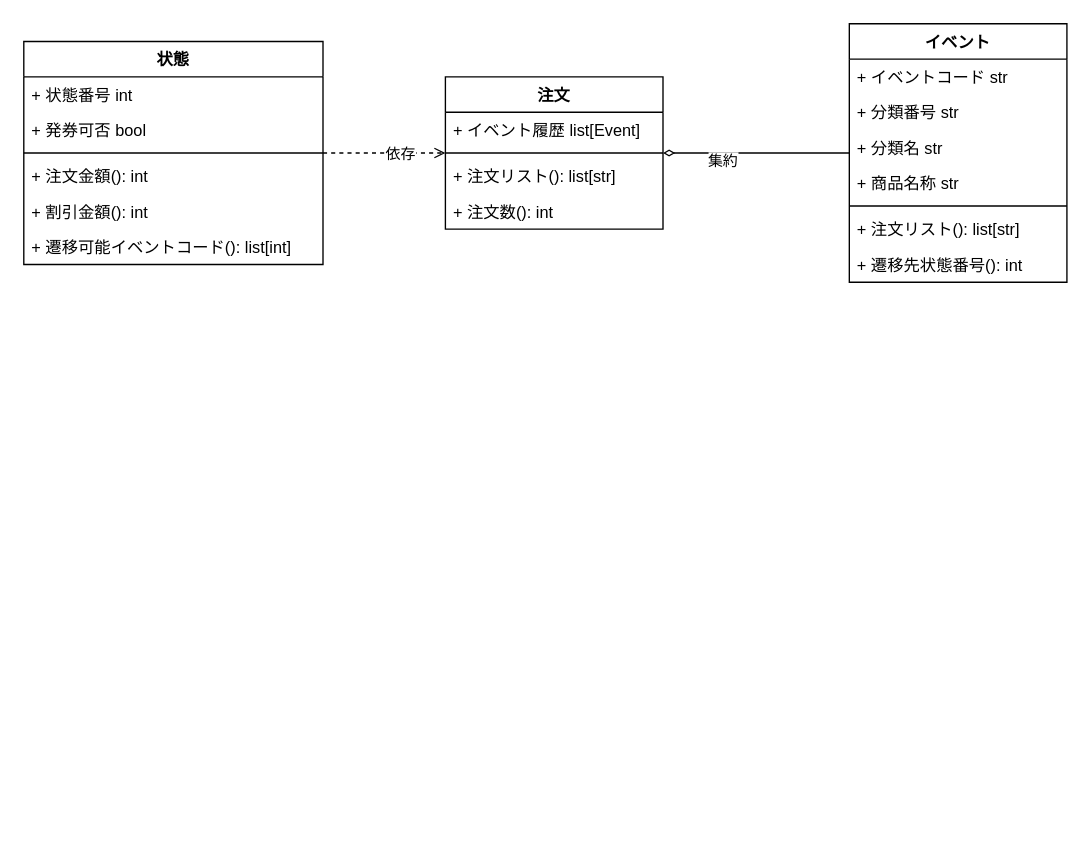
Before: AP_H31_Spring_PM03/fujita/doc/クラス図.drawio in Design-Practice-Team/design, a draw.io diagram. Source tidied: cells renumbered, new cells numbered last; positions are measured from the earlier drawing's top-left corner, leaving out a move shared by most shapes. Both pictures are drawn from the tidied source at 136%, with x=0, y=0 at pixel (23, 23).
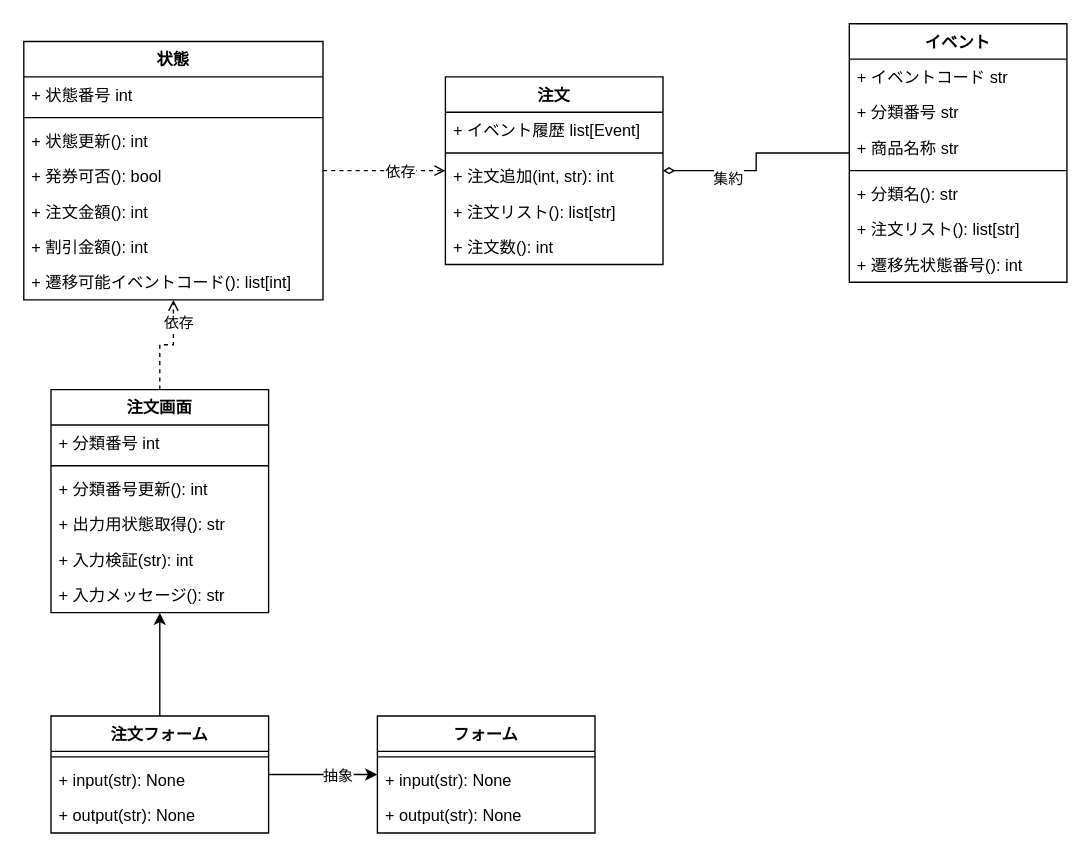
The same diagram, later.

Commit message:
doc クラス図を修正

Unchanged cells that the change refers to:
```xml
<mxCell id="18" value="イベント" style="swimlane;fontStyle=1;align=center;verticalAlign=top;horizontal=1;startSize=26;" parent="1" vertex="1">
  <mxGeometry x="607" width="160" height="190" as="geometry" />
</mxCell>
```

Change to the diagram source:
```diff
@@
     <mxCell id="4" value="状態" style="swimlane;fontStyle=1;align=center;verticalAlign=top;horizontal=1;startSize=26;" parent="1" vertex="1">
-      <mxGeometry y="13" width="220" height="164" as="geometry" />
+      <mxGeometry y="13" width="220" height="190" as="geometry" />
     </mxCell>
@@
-    <mxCell id="6" value="+ 発券可否 bool" style="text;strokeColor=none;fillColor=none;align=left;verticalAlign=top;spacingLeft=4;spacingRight=4;overflow=hidden;" parent="4" vertex="1">
-      <mxGeometry y="52" width="220" height="26" as="geometry" />
-    </mxCell>
     <mxCell id="7" style="line;strokeWidth=1;fillColor=none;align=left;verticalAlign=middle;spacingTop=-1;spacingLeft=3;spacingRight=3;labelPosition=right;" parent="4" vertex="1">
-      <mxGeometry y="78" width="220" height="8" as="geometry" />
+      <mxGeometry y="52" width="220" height="8" as="geometry" />
     </mxCell>
+    <mxCell id="26" value="+ 状態更新(): int" style="text;strokeColor=none;fillColor=none;align=left;verticalAlign=top;spacingLeft=4;spacingRight=4;overflow=hidden;" parent="4" vertex="1">
+      <mxGeometry y="60" width="220" height="26" as="geometry" />
+    </mxCell>
+    <mxCell id="27" value="+ 発券可否(): bool" style="text;strokeColor=none;fillColor=none;align=left;verticalAlign=top;spacingLeft=4;spacingRight=4;overflow=hidden;" parent="4" vertex="1">
+      <mxGeometry y="86" width="220" height="26" as="geometry" />
+    </mxCell>
     <mxCell id="8" value="+ 注文金額(): int" style="text;strokeColor=none;fillColor=none;align=left;verticalAlign=top;spacingLeft=4;spacingRight=4;overflow=hidden;" parent="4" vertex="1">
-      <mxGeometry y="86" width="220" height="26" as="geometry" />
+      <mxGeometry y="112" width="220" height="26" as="geometry" />
     </mxCell>
     <mxCell id="9" value="+ 割引金額(): int" style="text;strokeColor=none;fillColor=none;align=left;verticalAlign=top;spacingLeft=4;spacingRight=4;overflow=hidden;" parent="4" vertex="1">
-      <mxGeometry y="112" width="220" height="26" as="geometry" />
+      <mxGeometry y="138" width="220" height="26" as="geometry" />
     </mxCell>
     <mxCell id="10" value="+ 遷移可能イベントコード(): list[int]" style="text;strokeColor=none;fillColor=none;align=left;verticalAlign=top;spacingLeft=4;spacingRight=4;overflow=hidden;" parent="4" vertex="1">
-      <mxGeometry y="138" width="220" height="26" as="geometry" />
+      <mxGeometry y="164" width="220" height="26" as="geometry" />
     </mxCell>
     <mxCell id="11" value="注文" style="swimlane;fontStyle=1;align=center;verticalAlign=top;horizontal=1;startSize=26;" parent="1" vertex="1">
-      <mxGeometry x="310" y="39" width="160" height="112" as="geometry" />
+      <mxGeometry x="310" y="39" width="160" height="138" as="geometry" />
     </mxCell>
@@
+    <mxCell id="28" value="+ 注文追加(int, str): int" style="text;strokeColor=none;fillColor=none;align=left;verticalAlign=top;spacingLeft=4;spacingRight=4;overflow=hidden;" parent="11" vertex="1">
+      <mxGeometry y="60" width="160" height="26" as="geometry" />
+    </mxCell>
     <mxCell id="14" value="+ 注文リスト(): list[str]" style="text;strokeColor=none;fillColor=none;align=left;verticalAlign=top;spacingLeft=4;spacingRight=4;overflow=hidden;" parent="11" vertex="1">
-      <mxGeometry y="60" width="160" height="26" as="geometry" />
+      <mxGeometry y="86" width="160" height="26" as="geometry" />
     </mxCell>
     <mxCell id="15" value="+ 注文数(): int" style="text;strokeColor=none;fillColor=none;align=left;verticalAlign=top;spacingLeft=4;spacingRight=4;overflow=hidden;" parent="11" vertex="1">
-      <mxGeometry y="86" width="160" height="26" as="geometry" />
+      <mxGeometry y="112" width="160" height="26" as="geometry" />
     </mxCell>
@@
-    <mxCell id="21" value="+ 分類名 str" style="text;strokeColor=none;fillColor=none;align=left;verticalAlign=top;spacingLeft=4;spacingRight=4;overflow=hidden;" parent="18" vertex="1">
-      <mxGeometry y="78" width="160" height="26" as="geometry" />
-    </mxCell>
     <mxCell id="22" value="+ 商品名称 str" style="text;strokeColor=none;fillColor=none;align=left;verticalAlign=top;spacingLeft=4;spacingRight=4;overflow=hidden;" parent="18" vertex="1">
-      <mxGeometry y="104" width="160" height="26" as="geometry" />
+      <mxGeometry y="78" width="160" height="26" as="geometry" />
     </mxCell>
     <mxCell id="23" style="line;strokeWidth=1;fillColor=none;align=left;verticalAlign=middle;spacingTop=-1;spacingLeft=3;spacingRight=3;labelPosition=right;" parent="18" vertex="1">
-      <mxGeometry y="130" width="160" height="8" as="geometry" />
+      <mxGeometry y="104" width="160" height="8" as="geometry" />
     </mxCell>
+    <mxCell id="21" value="+ 分類名(): str" style="text;strokeColor=none;fillColor=none;align=left;verticalAlign=top;spacingLeft=4;spacingRight=4;overflow=hidden;" parent="18" vertex="1">
+      <mxGeometry y="112" width="160" height="26" as="geometry" />
+    </mxCell>
@@
+    <mxCell id="29" style="edgeStyle=orthogonalEdgeStyle;rounded=0;jettySize=auto;html=1;dashed=1;endArrow=open;endFill=0;" parent="1" edge="1" source="31" target="4">
+      <mxGeometry relative="1" as="geometry" />
+    </mxCell>
+    <mxCell id="30" value="依存" style="edgeLabel;html=1;align=center;verticalAlign=middle;" parent="29" vertex="1">
+      <mxGeometry x="0.58" y="-3" relative="1" as="geometry" />
+    </mxCell>
+    <mxCell id="31" value="注文画面" style="swimlane;fontStyle=1;align=center;verticalAlign=top;horizontal=1;startSize=26;" parent="1" vertex="1">
+      <mxGeometry x="20" y="269" width="160" height="164" as="geometry" />
+    </mxCell>
+    <mxCell id="32" value="+ 分類番号 int" style="text;strokeColor=none;fillColor=none;align=left;verticalAlign=top;spacingLeft=4;spacingRight=4;overflow=hidden;" parent="31" vertex="1">
+      <mxGeometry y="26" width="160" height="26" as="geometry" />
+    </mxCell>
+    <mxCell id="33" style="line;strokeWidth=1;fillColor=none;align=left;verticalAlign=middle;spacingTop=-1;spacingLeft=3;spacingRight=3;labelPosition=right;" parent="31" vertex="1">
+      <mxGeometry y="52" width="160" height="8" as="geometry" />
+    </mxCell>
+    <mxCell id="34" value="+ 分類番号更新(): int" style="text;strokeColor=none;fillColor=none;align=left;verticalAlign=top;spacingLeft=4;spacingRight=4;overflow=hidden;" parent="31" vertex="1">
+      <mxGeometry y="60" width="160" height="26" as="geometry" />
+    </mxCell>
+    <mxCell id="35" value="+ 出力用状態取得(): str" style="text;strokeColor=none;fillColor=none;align=left;verticalAlign=top;spacingLeft=4;spacingRight=4;overflow=hidden;" parent="31" vertex="1">
+      <mxGeometry y="86" width="160" height="26" as="geometry" />
+    </mxCell>
+    <mxCell id="36" value="+ 入力検証(str): int" style="text;strokeColor=none;fillColor=none;align=left;verticalAlign=top;spacingLeft=4;spacingRight=4;overflow=hidden;" parent="31" vertex="1">
+      <mxGeometry y="112" width="160" height="26" as="geometry" />
+    </mxCell>
+    <mxCell id="37" value="+ 入力メッセージ(): str" style="text;strokeColor=none;fillColor=none;align=left;verticalAlign=top;spacingLeft=4;spacingRight=4;overflow=hidden;" parent="31" vertex="1">
+      <mxGeometry y="138" width="160" height="26" as="geometry" />
+    </mxCell>
+    <mxCell id="38" style="edgeStyle=orthogonalEdgeStyle;rounded=0;jettySize=auto;html=1;" parent="1" edge="1" source="41" target="31">
+      <mxGeometry relative="1" as="geometry">
+        <Array as="points">
+          <mxPoint x="100" y="449" />
+          <mxPoint x="100" y="449" />
+        </Array>
+      </mxGeometry>
+    </mxCell>
+    <mxCell id="39" style="edgeStyle=orthogonalEdgeStyle;rounded=0;jettySize=auto;html=1;" parent="1" edge="1" source="41" target="45">
+      <mxGeometry relative="1" as="geometry" />
+    </mxCell>
+    <mxCell id="40" value="抽象" style="edgeLabel;html=1;align=center;verticalAlign=middle;" parent="39" vertex="1">
+      <mxGeometry x="0.25" relative="1" as="geometry" />
+    </mxCell>
+    <mxCell id="41" value="注文フォーム" style="swimlane;fontStyle=1;align=center;verticalAlign=top;horizontal=1;startSize=26;" parent="1" vertex="1">
+      <mxGeometry x="20" y="509" width="160" height="86" as="geometry" />
+    </mxCell>
+    <mxCell id="42" style="line;strokeWidth=1;fillColor=none;align=left;verticalAlign=middle;spacingTop=-1;spacingLeft=3;spacingRight=3;labelPosition=right;" parent="41" vertex="1">
+      <mxGeometry y="26" width="160" height="8" as="geometry" />
+    </mxCell>
+    <mxCell id="43" value="+ input(str): None " style="text;strokeColor=none;fillColor=none;align=left;verticalAlign=top;spacingLeft=4;spacingRight=4;overflow=hidden;" parent="41" vertex="1">
+      <mxGeometry y="34" width="160" height="26" as="geometry" />
+    </mxCell>
+    <mxCell id="44" value="+ output(str): None" style="text;strokeColor=none;fillColor=none;align=left;verticalAlign=top;spacingLeft=4;spacingRight=4;overflow=hidden;" parent="41" vertex="1">
+      <mxGeometry y="60" width="160" height="26" as="geometry" />
+    </mxCell>
+    <mxCell id="45" value="フォーム" style="swimlane;fontStyle=1;align=center;verticalAlign=top;horizontal=1;startSize=26;" parent="1" vertex="1">
+      <mxGeometry x="260" y="509" width="160" height="86" as="geometry" />
+    </mxCell>
+    <mxCell id="46" style="line;strokeWidth=1;fillColor=none;align=left;verticalAlign=middle;spacingTop=-1;spacingLeft=3;spacingRight=3;labelPosition=right;" parent="45" vertex="1">
+      <mxGeometry y="26" width="160" height="8" as="geometry" />
+    </mxCell>
+    <mxCell id="47" value="+ input(str): None " style="text;strokeColor=none;fillColor=none;align=left;verticalAlign=top;spacingLeft=4;spacingRight=4;overflow=hidden;" parent="45" vertex="1">
+      <mxGeometry y="34" width="160" height="26" as="geometry" />
+    </mxCell>
+    <mxCell id="48" value="+ output(str): None" style="text;strokeColor=none;fillColor=none;align=left;verticalAlign=top;spacingLeft=4;spacingRight=4;overflow=hidden;" parent="45" vertex="1">
+      <mxGeometry y="60" width="160" height="26" as="geometry" />
+    </mxCell>
```
